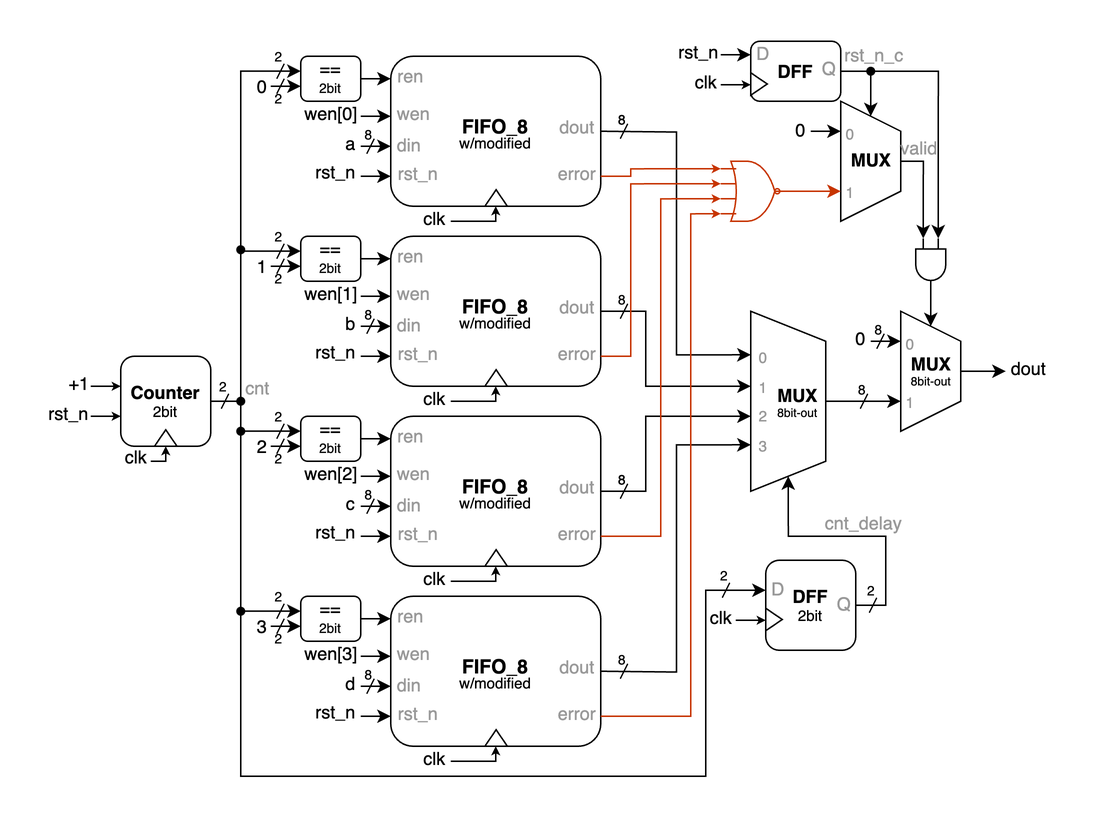
Earlier version of the draw.io export roger/Lab3/Circuit Diagram/a4.png (rogerfan48/Course-Soph1-HDL). Source tidied: cells renumbered, new cells last; positions are measured from the earlier drawing's top-left corner, leaving out a move shared by most shapes.
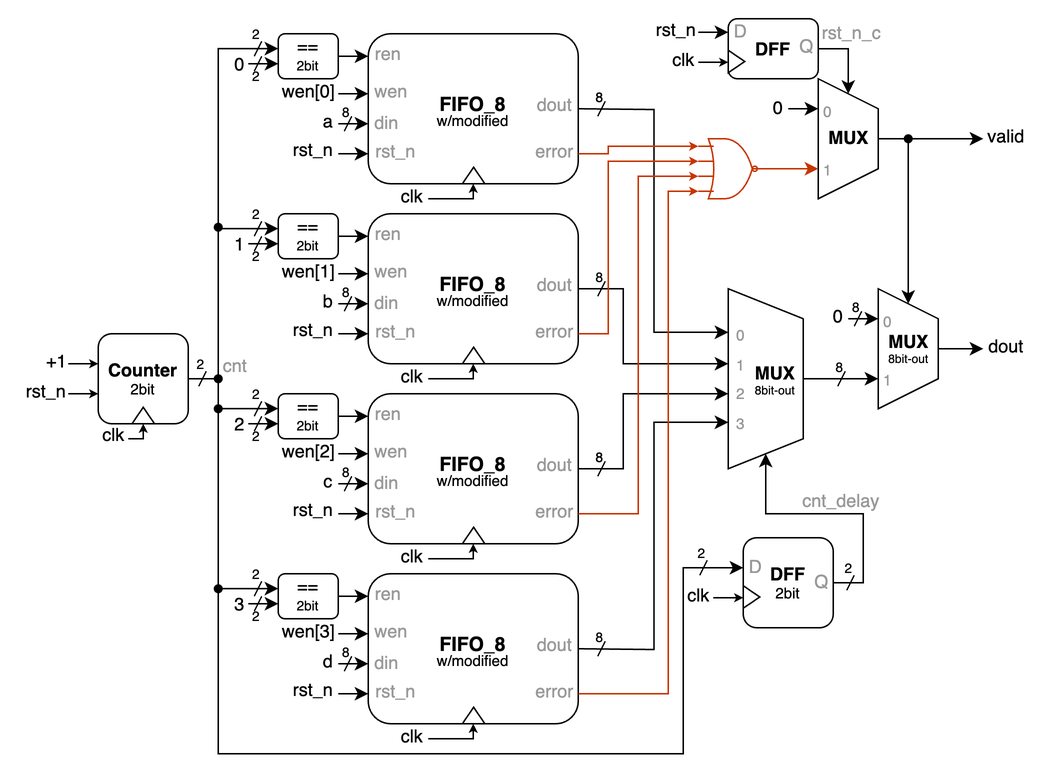
After the commit.

Change to the diagram source:
```diff
@@ -2,6 +2,9 @@
   <root>
     <mxCell id="0" />
     <mxCell id="1" parent="0" />
+    <mxCell id="195" value="rst_n_c" style="text;html=1;align=center;verticalAlign=middle;strokeColor=none;fillColor=none;fontColor=#999999;" parent="1" vertex="1">
+      <mxGeometry x="532" y="2" width="60" height="30" as="geometry" />
+    </mxCell>
     <mxCell id="2" value="3" style="text;html=1;align=center;verticalAlign=middle;strokeColor=none;fillColor=none;" parent="1" vertex="1">
       <mxGeometry x="139" y="383" width="30" height="30" as="geometry" />
     </mxCell>
@@ -826,37 +829,14 @@
         </Array>
       </mxGeometry>
     </mxCell>
-    <mxCell id="195" value="rst_n_c" style="text;html=1;align=center;verticalAlign=middle;strokeColor=none;fillColor=none;fontColor=#999999;" parent="1" vertex="1">
-      <mxGeometry x="532" y="2" width="60" height="30" as="geometry" />
-    </mxCell>
-    <mxCell id="196" style="edgeStyle=orthogonalEdgeStyle;rounded=0;jettySize=auto;html=1;exitX=1;exitY=0.5;exitDx=0;exitDy=0;exitPerimeter=0;" parent="1" edge="1" source="197" target="165">
-      <mxGeometry relative="1" as="geometry" />
-    </mxCell>
-    <mxCell id="197" style="verticalLabelPosition=bottom;shadow=0;dashed=0;align=center;html=1;verticalAlign=top;shape=mxgraph.electrical.logic_gates.logic_gate;operation=and;rotation=90;" parent="1" vertex="1">
-      <mxGeometry x="582.5" y="146" width="35" height="20" as="geometry" />
-    </mxCell>
-    <mxCell id="198" style="endArrow=classic;html=1;rounded=0;edgeStyle=orthogonalEdgeStyle;entryX=0;entryY=0.75;entryDx=0;entryDy=0;entryPerimeter=0;" parent="1" edge="1" target="197">
+    <mxCell id="198" style="endArrow=classic;html=1;rounded=0;edgeStyle=orthogonalEdgeStyle;entryX=0;entryY=0.5;entryDx=0;entryDy=0;" parent="1" edge="1" target="165">
       <mxGeometry relative="1" as="geometry">
         <mxPoint x="580" y="87" as="sourcePoint" />
         <Array as="points">
-          <mxPoint x="595" y="87" />
+          <mxPoint x="600" y="87" />
         </Array>
       </mxGeometry>
     </mxCell>
-    <mxCell id="199" style="endArrow=classic;html=1;rounded=0;edgeStyle=orthogonalEdgeStyle;entryX=0;entryY=0.25;entryDx=0;entryDy=0;entryPerimeter=0;" parent="1" edge="1" target="197">
-      <mxGeometry relative="1" as="geometry">
-        <mxPoint x="560" y="27" as="sourcePoint" />
-        <Array as="points">
-          <mxPoint x="605" y="27" />
-        </Array>
-      </mxGeometry>
-    </mxCell>
-    <mxCell id="200" style="shape=ellipse;fillColor=#000000;strokeColor=none;html=1;sketch=0;fontFamily=Helvetica;fontSize=11;fontColor=default;labelBackgroundColor=default;" parent="1" vertex="1">
-      <mxGeometry x="557" y="24" width="6" height="6" as="geometry" />
-    </mxCell>
-    <mxCell id="201" value="valid" style="text;html=1;align=center;verticalAlign=middle;strokeColor=none;fillColor=none;fontColor=#999999;" parent="1" vertex="1">
-      <mxGeometry x="567" y="64" width="50" height="30" as="geometry" />
-    </mxCell>
     <mxCell id="202" style="edgeStyle=orthogonalEdgeStyle;rounded=0;orthogonalLoop=1;jettySize=auto;html=1;" parent="1" edge="1">
       <mxGeometry relative="1" as="geometry">
         <mxPoint x="620" y="227" as="sourcePoint" />
@@ -930,5 +910,20 @@
     <mxCell id="219" value="2" style="text;html=1;align=center;verticalAlign=middle;strokeColor=none;fillColor=none;fontSize=9;" parent="217" vertex="1">
       <mxGeometry width="30" height="20" as="geometry" />
     </mxCell>
+    <mxCell id="220" style="endArrow=classic;html=1;rounded=0;edgeStyle=orthogonalEdgeStyle;" parent="1" edge="1">
+      <mxGeometry relative="1" as="geometry">
+        <mxPoint x="590" y="87" as="sourcePoint" />
+        <mxPoint x="650" y="87" as="targetPoint" />
+        <Array as="points">
+          <mxPoint x="605" y="87" />
+        </Array>
+      </mxGeometry>
+    </mxCell>
+    <mxCell id="201" value="valid" style="text;html=1;align=center;verticalAlign=middle;strokeColor=none;fillColor=none;" parent="1" vertex="1">
+      <mxGeometry x="640" y="71" width="50" height="30" as="geometry" />
+    </mxCell>
+    <mxCell id="221" style="shape=ellipse;fillColor=#000000;strokeColor=none;html=1;sketch=0;fontFamily=Helvetica;fontSize=11;fontColor=default;labelBackgroundColor=default;" parent="1" vertex="1">
+      <mxGeometry x="597" y="84" width="6" height="6" as="geometry" />
+    </mxCell>
   </root>
 </mxGraphModel>
```
